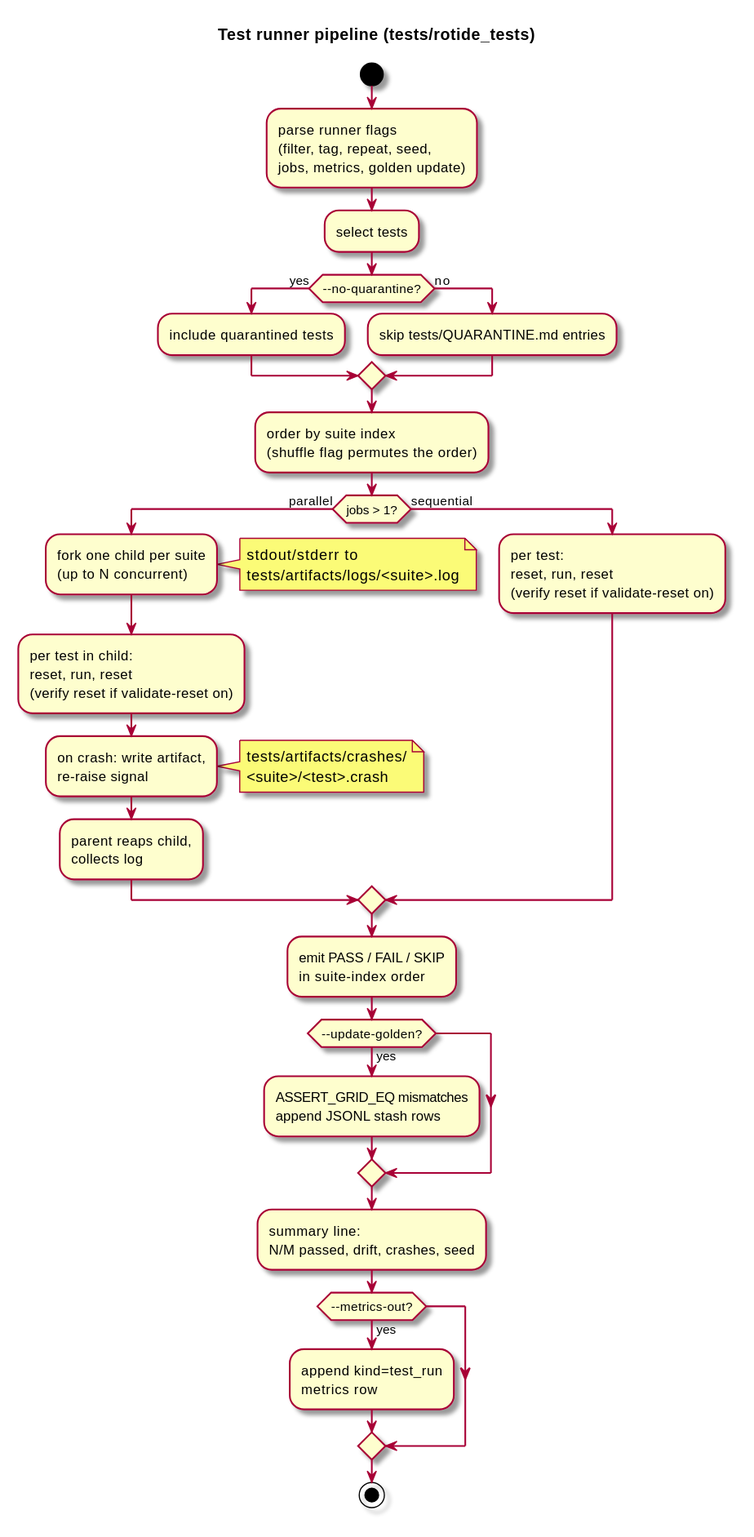
The PlantUML diagram docs/diagrams/svg/test-pipeline.svg in kokkoniemi/rotide, before a commit. Its source is kept beside it as docs/diagrams/src/test-pipeline.puml.
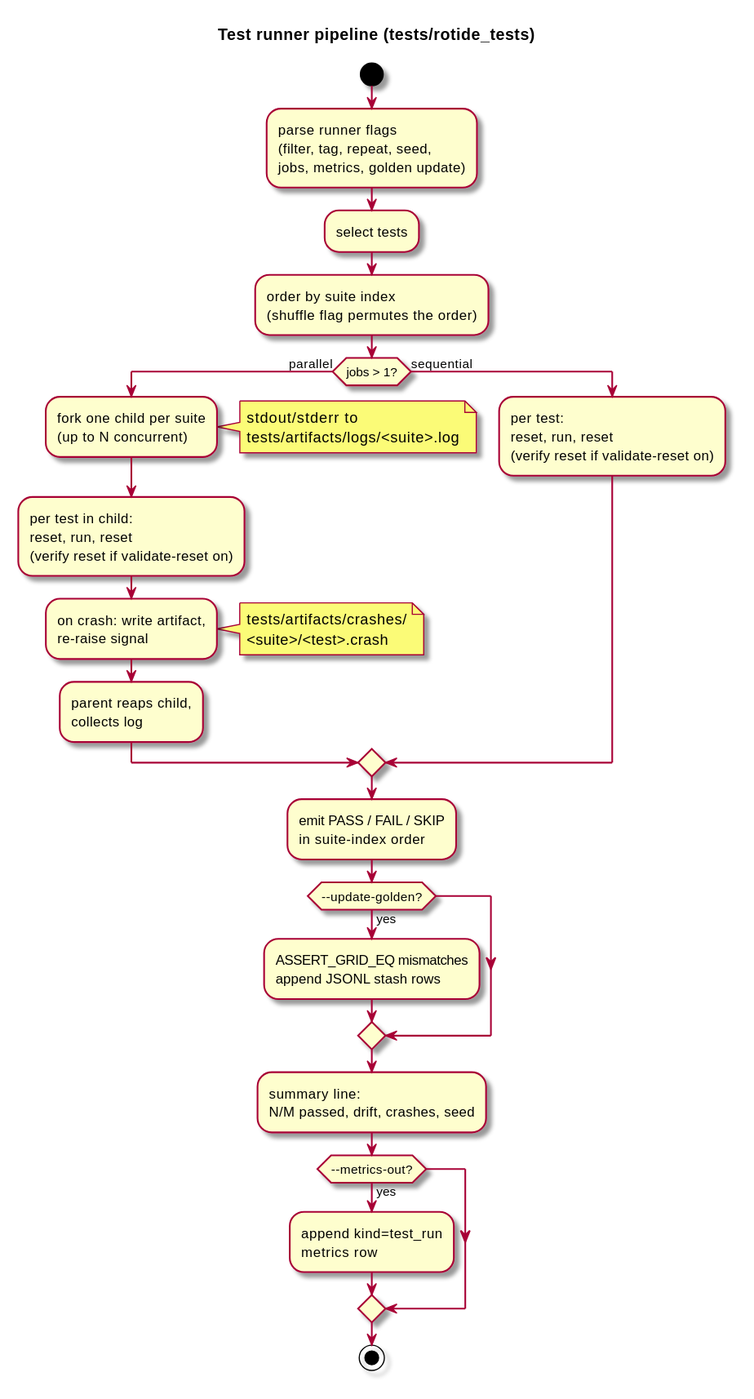
After the commit.

The edit, as a diff of the source:
```diff
@@ -9,11 +9,6 @@
 (filter, tag, repeat, seed,
 jobs, metrics, golden update);
 :select tests;
-if (--no-quarantine?) then (yes)
-	:include quarantined tests;
-else (no)
-	:skip tests/QUARANTINE.md entries;
-endif
 :order by suite index
 (shuffle flag permutes the order);
 
```
